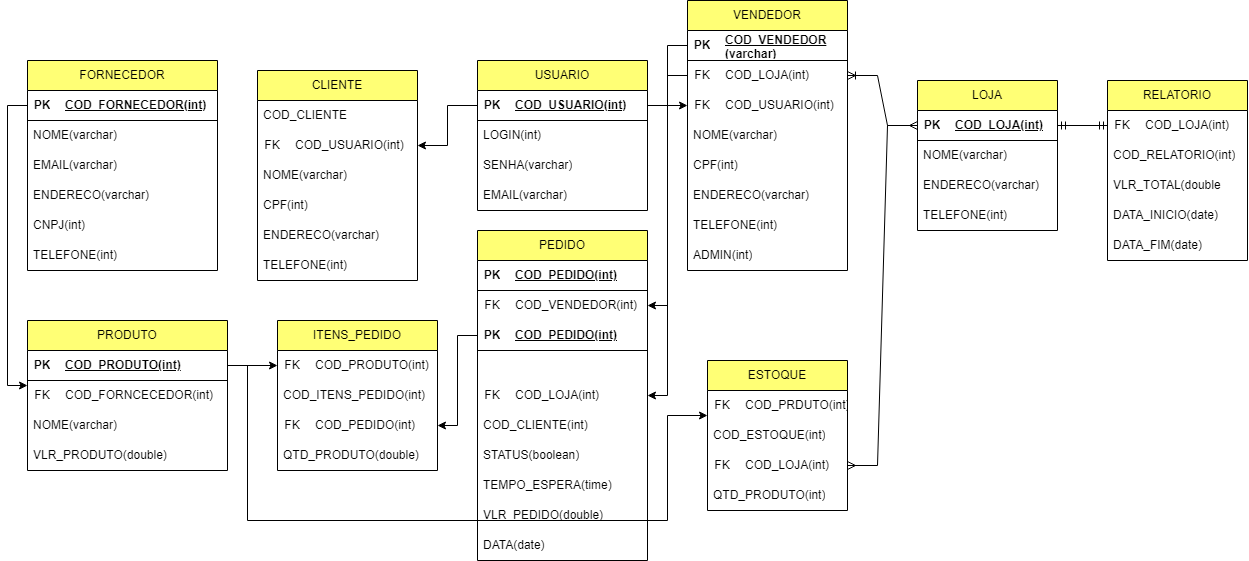
Earlier version of the draw.io export ProjetoLógicoZéDelivery/zedelivery.drawio.png (NicolasKevin2/BD). Source tidied: cells renumbered, new cells last; positions are measured from the earlier drawing's top-left corner, leaving out a move shared by most shapes.
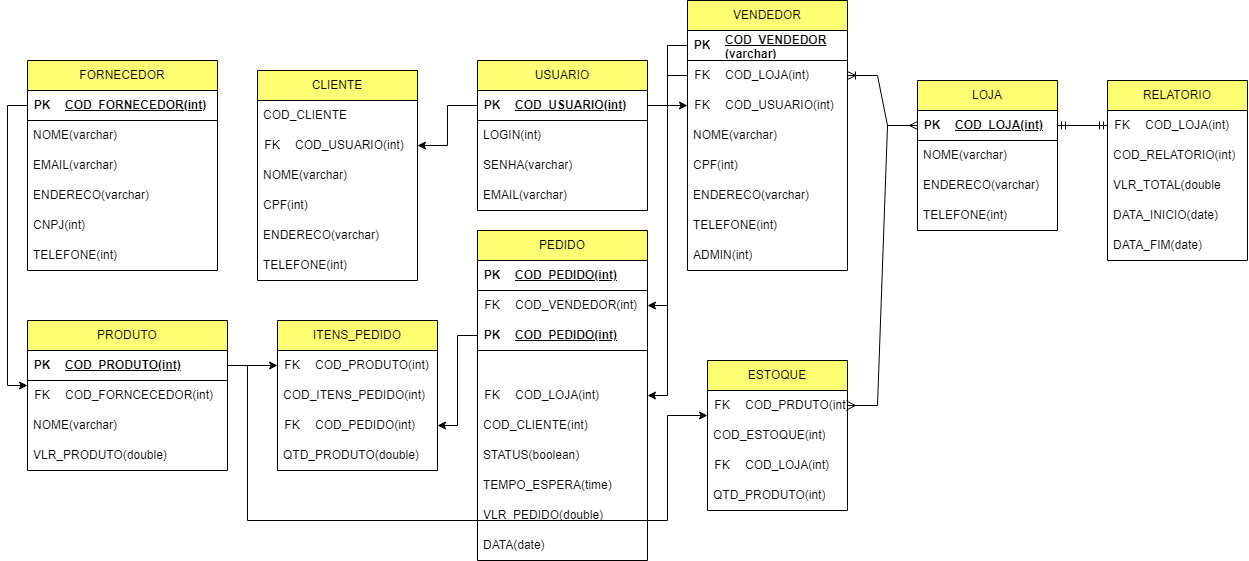
Above is the later version.

The edit, as a diff of the source:
```diff
@@ -392,7 +392,7 @@
     <mxCell id="127" style="edgeStyle=entityRelationEdgeStyle;fontSize=12;html=1;endArrow=ERoneToMany;rounded=0;" parent="1" edge="1" source="39" target="25">
       <mxGeometry relative="1" as="geometry" />
     </mxCell>
-    <mxCell id="128" style="edgeStyle=entityRelationEdgeStyle;fontSize=12;html=1;endArrow=ERmany;startArrow=ERmany;rounded=0;" parent="1" edge="1" source="105" target="39">
+    <mxCell id="128" style="edgeStyle=entityRelationEdgeStyle;fontSize=12;html=1;endArrow=ERmany;startArrow=ERmany;rounded=0;" parent="1" edge="1" source="100" target="39">
       <mxGeometry relative="1" as="geometry" />
     </mxCell>
   </root>
```
